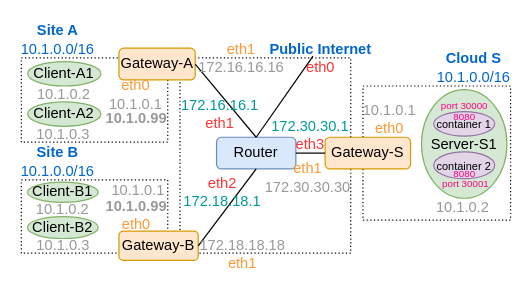
This is figures/host-to-host.drawio from HollowMan6/Implement-VPN-System-with-Containers, a draw.io file, before an edit. Source tidied: cells renumbered, new cells numbered last; positions are measured from the earlier drawing's top-left corner, leaving out a move shared by most shapes. Both pictures are drawn from the tidied source at 122%, with x=0, y=0 at pixel (21, 21).
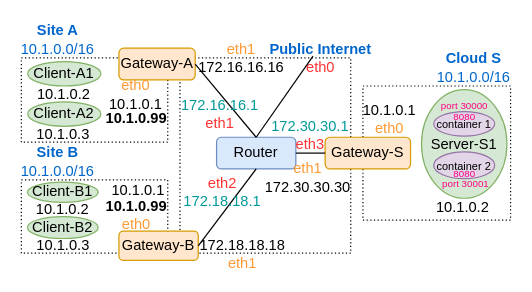
The same diagram, later.

What changed in the source:
```diff
@@
-    <mxCell id="23" value="10.1.0.2" style="text;html=1;strokeColor=none;fillColor=none;align=center;verticalAlign=middle;whiteSpace=wrap;rounded=0;fontColor=#999999;" parent="1" vertex="1">
+    <mxCell id="23" value="&lt;font color=&quot;#000000&quot;&gt;10.1.0.2&lt;/font&gt;" style="text;html=1;strokeColor=none;fillColor=none;align=center;verticalAlign=middle;whiteSpace=wrap;rounded=0;fontColor=#999999;" parent="1" vertex="1">
       <mxGeometry x="5" y="57" width="59.8" height="6" as="geometry" />
     </mxCell>
-    <mxCell id="24" value="10.1.0.3" style="text;html=1;strokeColor=none;fillColor=none;align=center;verticalAlign=middle;whiteSpace=wrap;rounded=0;fontColor=#999999;" parent="1" vertex="1">
+    <mxCell id="24" value="&lt;font color=&quot;#000000&quot;&gt;10.1.0.3&lt;/font&gt;" style="text;html=1;strokeColor=none;fillColor=none;align=center;verticalAlign=middle;whiteSpace=wrap;rounded=0;fontColor=#999999;" parent="1" vertex="1">
       <mxGeometry x="3.5" y="90" width="61" height="5" as="geometry" />
     </mxCell>
-    <mxCell id="25" value="10.1.0.2" style="text;html=1;strokeColor=none;fillColor=none;align=center;verticalAlign=middle;whiteSpace=wrap;rounded=0;fontColor=#999999;" parent="1" vertex="1">
+    <mxCell id="25" value="&lt;font color=&quot;#000000&quot;&gt;10.1.0.2&lt;/font&gt;" style="text;html=1;strokeColor=none;fillColor=none;align=center;verticalAlign=middle;whiteSpace=wrap;rounded=0;fontColor=#999999;" parent="1" vertex="1">
       <mxGeometry x="10" y="150" width="48" height="8" as="geometry" />
     </mxCell>
-    <mxCell id="26" value="10.1.0.3" style="text;html=1;strokeColor=none;fillColor=none;align=center;verticalAlign=middle;whiteSpace=wrap;rounded=0;fontColor=#999999;" parent="1" vertex="1">
+    <mxCell id="26" value="&lt;font color=&quot;#000000&quot;&gt;10.1.0.3&lt;/font&gt;" style="text;html=1;strokeColor=none;fillColor=none;align=center;verticalAlign=middle;whiteSpace=wrap;rounded=0;fontColor=#999999;" parent="1" vertex="1">
       <mxGeometry x="10.8" y="180.5" width="46.5" height="7" as="geometry" />
     </mxCell>
-    <mxCell id="27" value="10.1.0.2" style="text;html=1;strokeColor=none;fillColor=none;align=center;verticalAlign=middle;whiteSpace=wrap;rounded=0;fontColor=#999999;" parent="1" vertex="1">
+    <mxCell id="27" value="&lt;font color=&quot;#000000&quot;&gt;10.1.0.2&lt;/font&gt;" style="text;html=1;strokeColor=none;fillColor=none;align=center;verticalAlign=middle;whiteSpace=wrap;rounded=0;fontColor=#999999;" parent="1" vertex="1">
       <mxGeometry x="327" y="143" width="70" height="20" as="geometry" />
     </mxCell>
-    <mxCell id="28" value="&lt;font color=&quot;#ff9933&quot;&gt;eth0&lt;br&gt;&lt;/font&gt;10.1.0.1" style="text;html=1;strokeColor=none;fillColor=none;align=center;verticalAlign=middle;whiteSpace=wrap;rounded=0;fontColor=#999999;" parent="1" vertex="1">
+    <mxCell id="28" value="&lt;font color=&quot;#ff9933&quot;&gt;eth0&lt;br&gt;&lt;/font&gt;&lt;font color=&quot;#000000&quot;&gt;10.1.0.1&lt;/font&gt;" style="text;html=1;strokeColor=none;fillColor=none;align=center;verticalAlign=middle;whiteSpace=wrap;rounded=0;fontColor=#999999;" parent="1" vertex="1">
       <mxGeometry x="65" y="50" width="58" height="20" as="geometry" />
     </mxCell>
-    <mxCell id="29" value="10.1.0.1&lt;br&gt;" style="text;html=1;strokeColor=none;fillColor=none;align=center;verticalAlign=middle;whiteSpace=wrap;rounded=0;fontColor=#999999;" parent="1" vertex="1">
+    <mxCell id="29" value="&lt;font color=&quot;#000000&quot;&gt;10.1.0.1&lt;/font&gt;" style="text;html=1;strokeColor=none;fillColor=none;align=center;verticalAlign=middle;whiteSpace=wrap;rounded=0;fontColor=#999999;" parent="1" vertex="1">
       <mxGeometry x="67.2" y="129" width="58" height="20" as="geometry" />
     </mxCell>
-    <mxCell id="30" value="10.1.0.1&lt;br&gt;&lt;span style=&quot;color: rgb(255, 153, 51);&quot;&gt;eth0&lt;/span&gt;" style="text;html=1;strokeColor=none;fillColor=none;align=center;verticalAlign=middle;whiteSpace=wrap;rounded=0;fontColor=#999999;" parent="1" vertex="1">
+    <mxCell id="30" value="&lt;font color=&quot;#000000&quot;&gt;10.1.0.1&lt;/font&gt;&lt;br&gt;&lt;span style=&quot;color: rgb(255, 153, 51);&quot;&gt;eth0&lt;/span&gt;" style="text;html=1;strokeColor=none;fillColor=none;align=center;verticalAlign=middle;whiteSpace=wrap;rounded=0;fontColor=#999999;" parent="1" vertex="1">
       <mxGeometry x="273" y="70" width="58" height="20" as="geometry" />
     </mxCell>
@@
-    <mxCell id="34" value="&lt;span style=&quot;color: rgb(255, 153, 51);&quot;&gt;eth1&lt;/span&gt;&lt;br&gt;172.30.30.30" style="text;html=1;strokeColor=none;fillColor=none;align=center;verticalAlign=middle;whiteSpace=wrap;rounded=0;fontColor=#999999;" parent="1" vertex="1">
+    <mxCell id="34" value="&lt;span style=&quot;color: rgb(255, 153, 51);&quot;&gt;eth1&lt;/span&gt;&lt;br&gt;&lt;font color=&quot;#000000&quot;&gt;172.30.30.30&lt;/font&gt;" style="text;html=1;strokeColor=none;fillColor=none;align=center;verticalAlign=middle;whiteSpace=wrap;rounded=0;fontColor=#999999;" parent="1" vertex="1">
       <mxGeometry x="200" y="118" width="70" height="20" as="geometry" />
     </mxCell>
-    <mxCell id="35" value="&lt;span style=&quot;color: rgb(255, 153, 51);&quot;&gt;eth1&lt;/span&gt;&lt;br&gt;172.16.16.16" style="text;html=1;strokeColor=none;fillColor=none;align=center;verticalAlign=middle;whiteSpace=wrap;rounded=0;fontColor=#999999;" parent="1" vertex="1">
+    <mxCell id="35" value="&lt;span style=&quot;color: rgb(255, 153, 51);&quot;&gt;eth1&lt;/span&gt;&lt;br&gt;&lt;font color=&quot;#000000&quot;&gt;172.16.16.16&lt;/font&gt;" style="text;html=1;strokeColor=none;fillColor=none;align=center;verticalAlign=middle;whiteSpace=wrap;rounded=0;fontColor=#999999;" parent="1" vertex="1">
       <mxGeometry x="143" y="20" width="75" height="20" as="geometry" />
     </mxCell>
-    <mxCell id="36" value="172.18.18.18&lt;br&gt;&lt;span style=&quot;color: rgb(255, 153, 51);&quot;&gt;eth1&lt;/span&gt;" style="text;html=1;strokeColor=none;fillColor=none;align=center;verticalAlign=middle;whiteSpace=wrap;rounded=0;fontColor=#999999;" parent="1" vertex="1">
+    <mxCell id="36" value="&lt;font color=&quot;#000000&quot;&gt;172.18.18.18&lt;/font&gt;&lt;br&gt;&lt;span style=&quot;color: rgb(255, 153, 51);&quot;&gt;eth1&lt;/span&gt;" style="text;html=1;strokeColor=none;fillColor=none;align=center;verticalAlign=middle;whiteSpace=wrap;rounded=0;fontColor=#999999;" parent="1" vertex="1">
       <mxGeometry x="144" y="180.5" width="75" height="20" as="geometry" />
     </mxCell>
-    <mxCell id="37" value="&lt;b&gt;10.1.0.99&lt;/b&gt;" style="text;html=1;strokeColor=none;fillColor=none;align=center;verticalAlign=middle;whiteSpace=wrap;rounded=0;fontColor=#999999;" parent="1" vertex="1">
+    <mxCell id="37" value="&lt;b&gt;&lt;font color=&quot;#000000&quot;&gt;10.1.0.99&lt;/font&gt;&lt;/b&gt;" style="text;html=1;strokeColor=none;fillColor=none;align=center;verticalAlign=middle;whiteSpace=wrap;rounded=0;fontColor=#999999;" parent="1" vertex="1">
       <mxGeometry x="63.5" y="70" width="61" height="20" as="geometry" />
     </mxCell>
-    <mxCell id="38" value="&lt;b&gt;10.1.0.99&lt;/b&gt;&lt;br&gt;&lt;font color=&quot;#ff9933&quot;&gt;eth0&lt;/font&gt;" style="text;html=1;strokeColor=none;fillColor=none;align=center;verticalAlign=middle;whiteSpace=wrap;rounded=0;fontColor=#999999;" parent="1" vertex="1">
+    <mxCell id="38" value="&lt;b&gt;&lt;font color=&quot;#000000&quot;&gt;10.1.0.99&lt;/font&gt;&lt;/b&gt;&lt;br&gt;&lt;font color=&quot;#ff9933&quot;&gt;eth0&lt;/font&gt;" style="text;html=1;strokeColor=none;fillColor=none;align=center;verticalAlign=middle;whiteSpace=wrap;rounded=0;fontColor=#999999;" parent="1" vertex="1">
       <mxGeometry x="64.2" y="149" width="61" height="20" as="geometry" />
     </mxCell>
```
